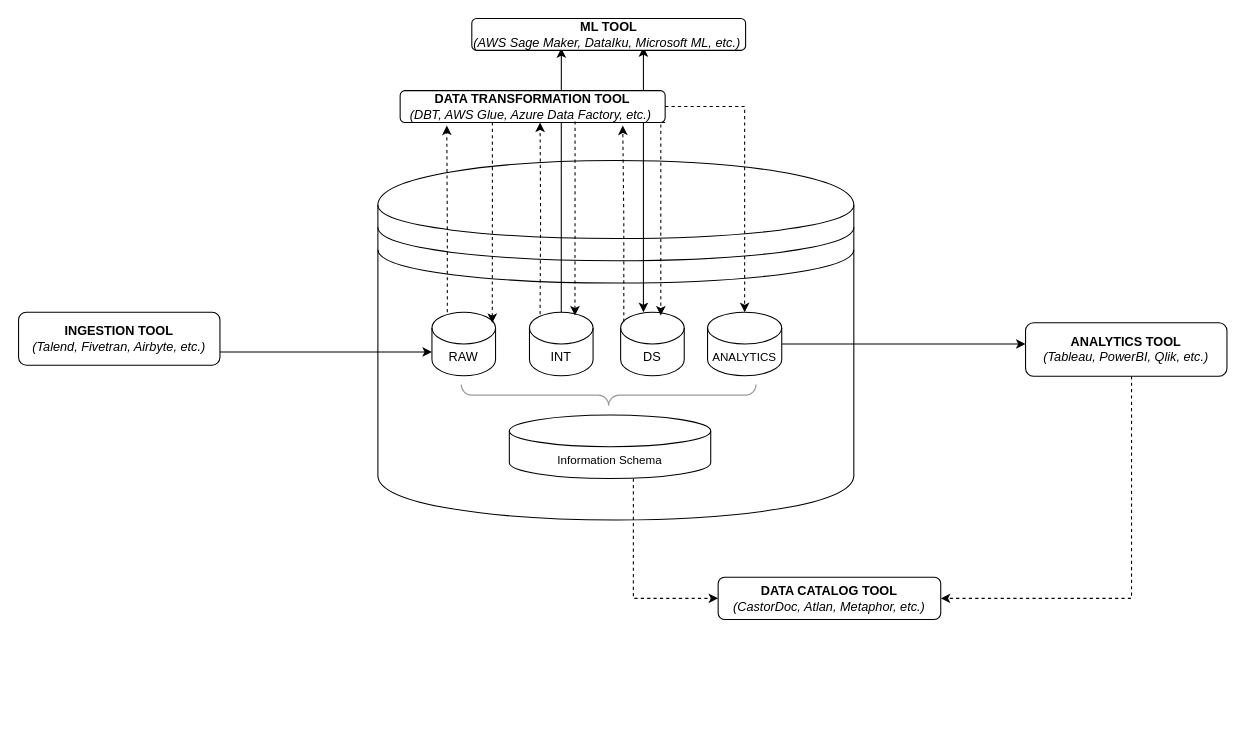
Before: Data_Infra_State_of_the_Art.drawio in vadramson/Drawings, a draw.io diagram. Source tidied: cells renumbered, new cells numbered last; positions are measured from the earlier drawing's top-left corner, leaving out a move shared by most shapes. Both pictures are drawn from the tidied source at 106%, with x=0, y=0 at pixel (18, 18).
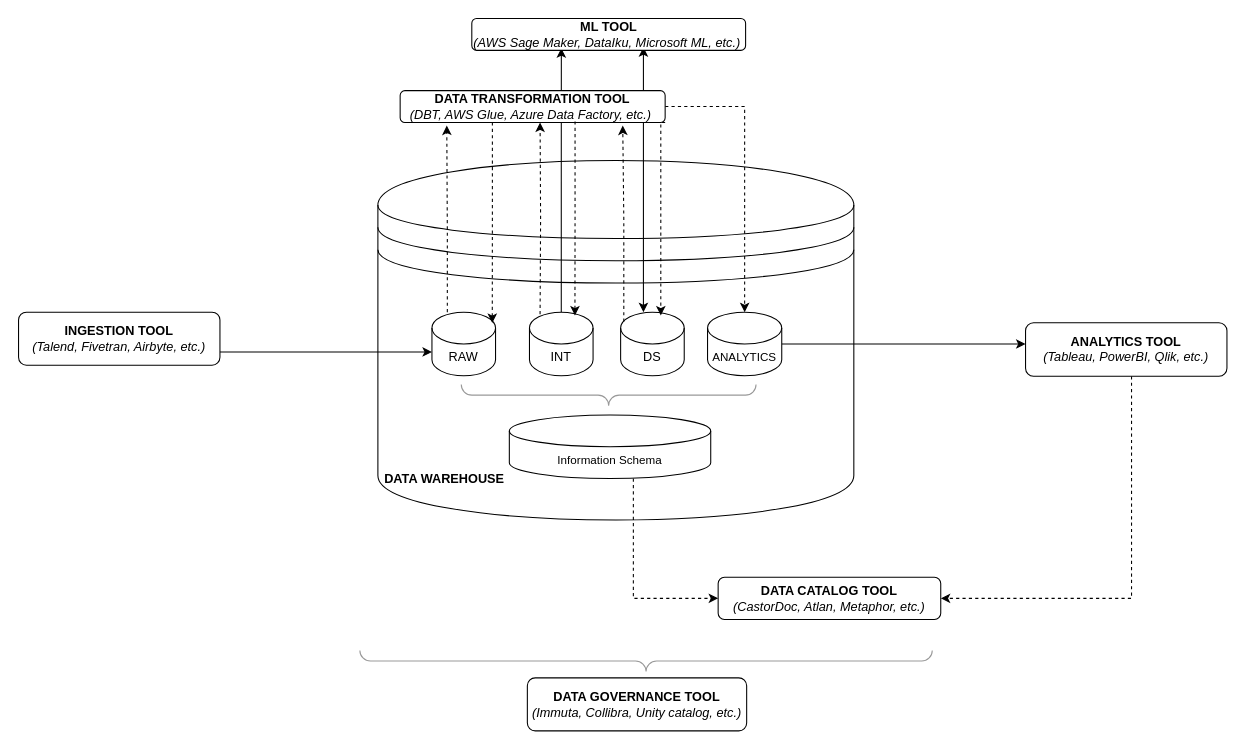
The same diagram, later.

Change to the diagram source:
```diff
@@
+    <mxCell id="27" style="labelPosition=right;align=left;strokeWidth=1;shape=mxgraph.mockup.markup.curlyBrace;html=1;shadow=0;dashed=0;strokeColor=#999999;direction=north;rotation=-90;" parent="1" vertex="1">
+      <mxGeometry x="582" y="336.1" width="20" height="540" as="geometry" />
+    </mxCell>
+    <mxCell id="28" value="&lt;b&gt;DATA GOVERNANCE TOOL&lt;/b&gt;&lt;div&gt;&lt;i&gt;(Immuta, Collibra, Unity catalog, etc.)&lt;/i&gt;&lt;/div&gt;" style="rounded=1;whiteSpace=wrap;html=1;" parent="1" vertex="1">
+      <mxGeometry x="480" y="622" width="206.9" height="50" as="geometry" />
+    </mxCell>
+    <mxCell id="29" value="&lt;b&gt;DATA WAREHOUSE&lt;/b&gt;" style="text;html=1;align=center;verticalAlign=middle;whiteSpace=wrap;rounded=0;" parent="1" vertex="1">
+      <mxGeometry x="330.6" y="420" width="142.4" height="30" as="geometry" />
+    </mxCell>
```
